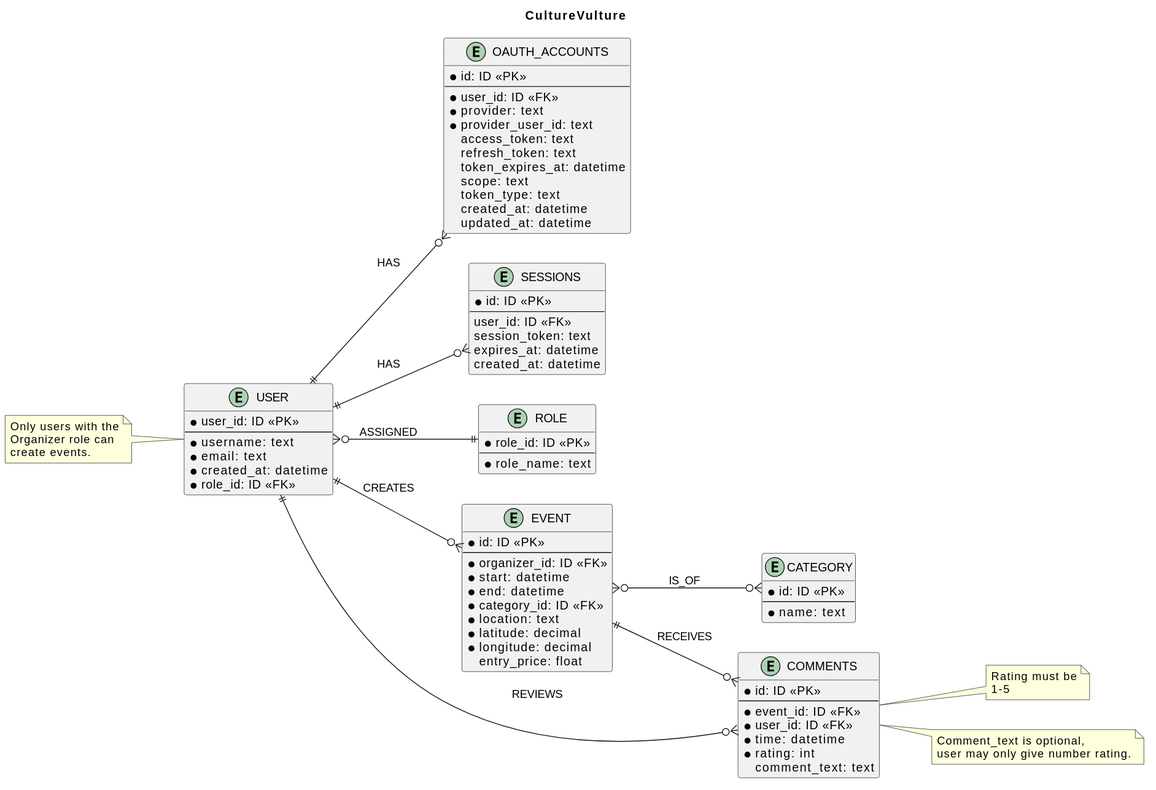
Earlier version of the PlantUML export docs/assets/diagrams/4-2-culturevulture-data-ERD.svg (CultureVultureFer/culture-vulture).
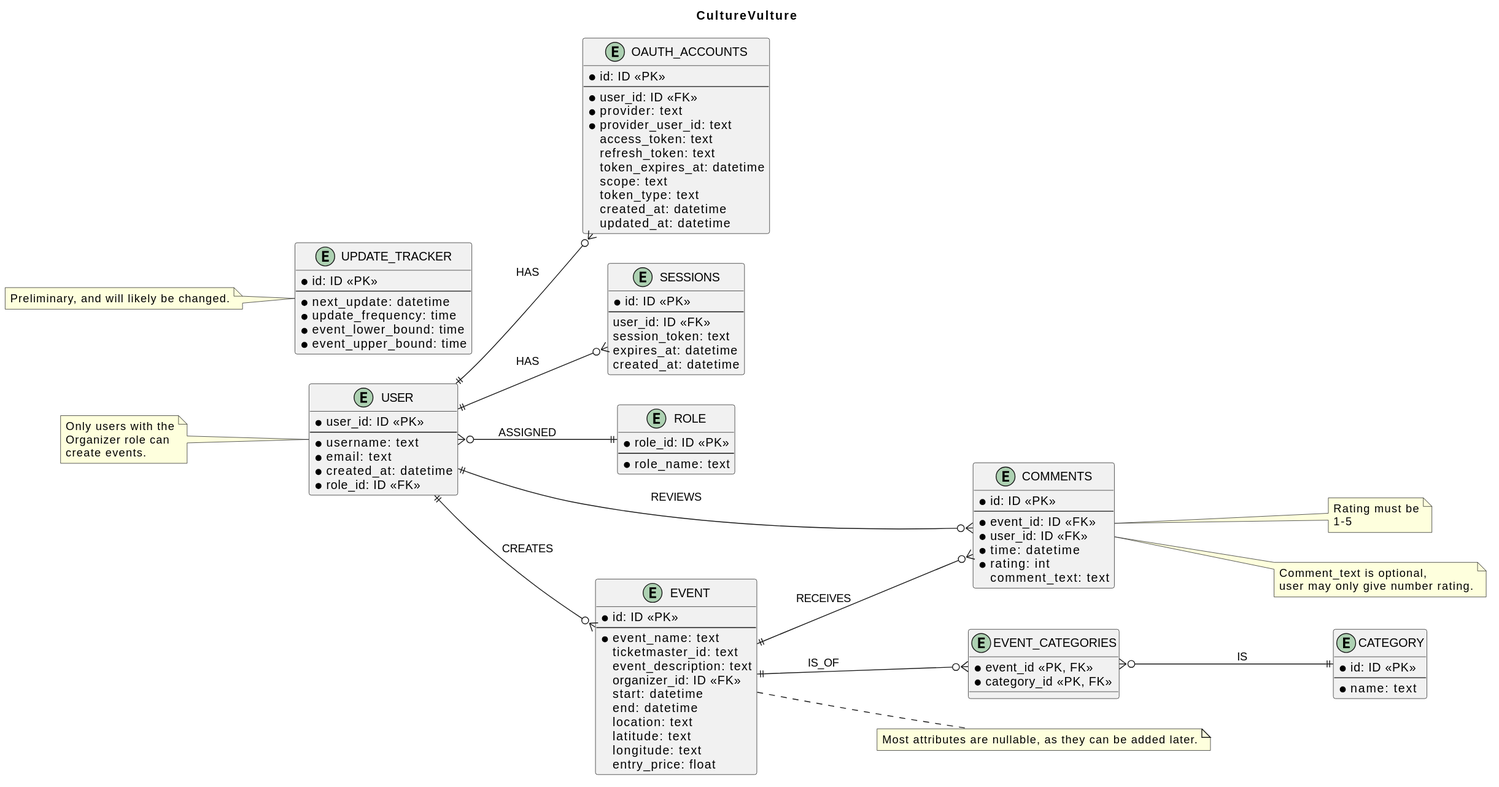
After the commit.

Commit message:
Fix ER diagram issue #44

Diff of the diagram source:
```diff
@@ -44,16 +44,27 @@
    *role_name: text
 }
 
+entity "UPDATE_TRACKER" as update_tracker {
+   *id: ID <<PK>>
+   --
+   *next_update: datetime
+   *update_frequency: time
+   *event_lower_bound: time
+   *event_upper_bound: time
+}
+
 entity "EVENT" as event {
    *id: ID <<PK>>
    --
-   *organizer_id: ID <<FK>>
-   *start: datetime
-   *end: datetime
-   *category_id: ID <<FK>>
-   *location: text
-   *latitude: decimal
-   *longitude: decimal
+   *event_name: text
+   ticketmaster_id: text
+   event_description: text
+   organizer_id: ID <<FK>>
+   start: datetime
+   end: datetime
+   location: text
+   latitude: text
+   longitude: text
    entry_price: float
 }
 
@@ -73,13 +84,19 @@
    *name: text
 }
 
+entity "EVENT_CATEGORIES" as event_categories {
+   *event_id <<PK, FK>>
+   *category_id <<PK, FK>>
+}
+
 user ||--o{ oauth_accounts : HAS
 user ||--o{ sessions: HAS
 user }o--|| role: ASSIGNED
 user ||--o{ event: CREATES
 user ||--o{ comments: REVIEWS
 event ||--o{ comments: RECEIVES
-event }o--o{ category: IS_OF
+event ||--o{ event_categories: IS_OF
+event_categories }o--|| category: IS
 
 
 note left of user
@@ -93,8 +110,16 @@
   1-5
 end note
 
+note right of event
+  Most attributes are nullable, as they can be added later.
+end note
+
 note right of comments
    Comment_text is optional,
    user may only give number rating.
 end note
+
+note left of update_tracker
+  Preliminary, and will likely be changed.
+end note
 @enduml
```
